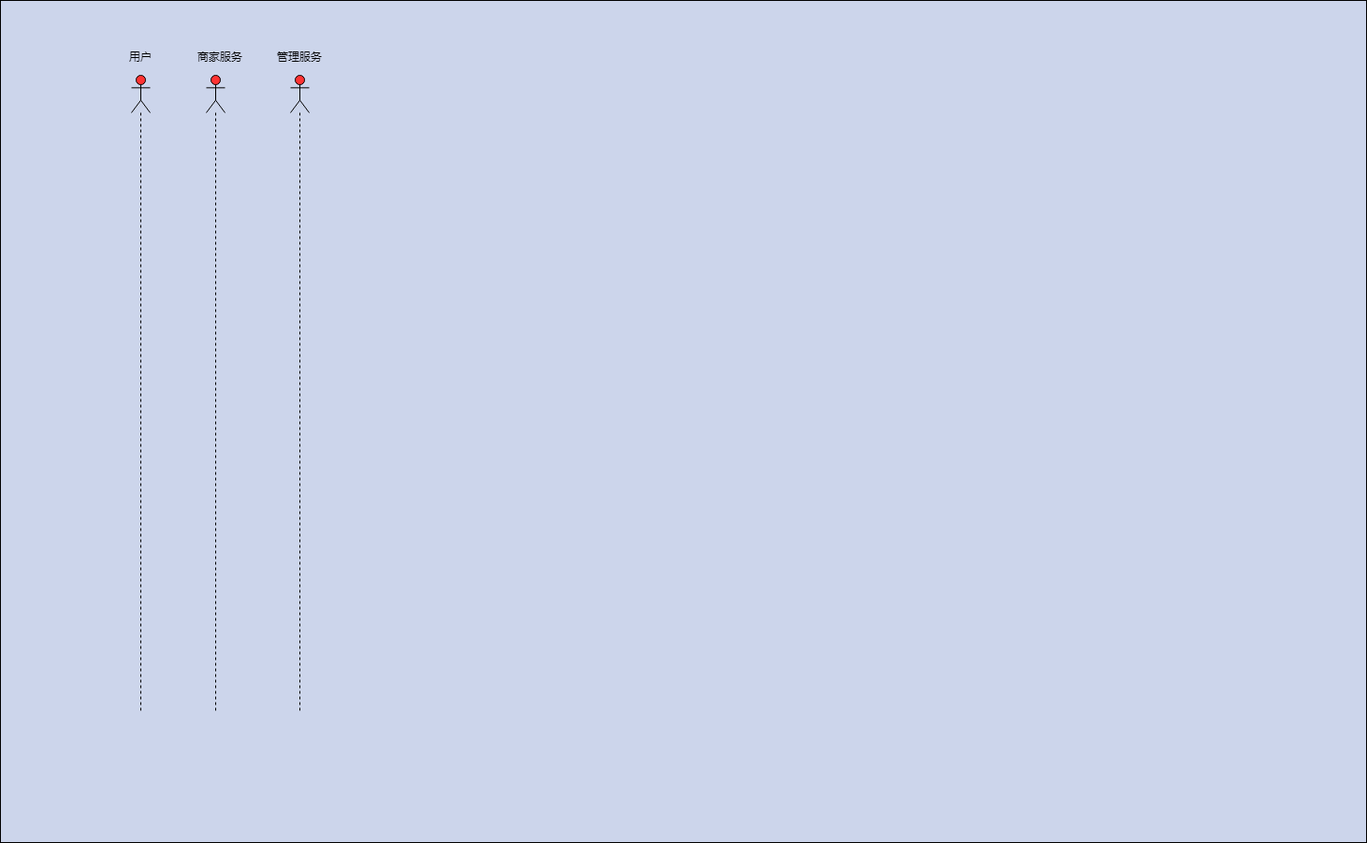
Above: Untitled Diagram.png in xiaozhubao/jg (draw.io), before the change. Source tidied: cells renumbered, new cells last; positions are measured from the earlier drawing's top-left corner, leaving out a move shared by most shapes.
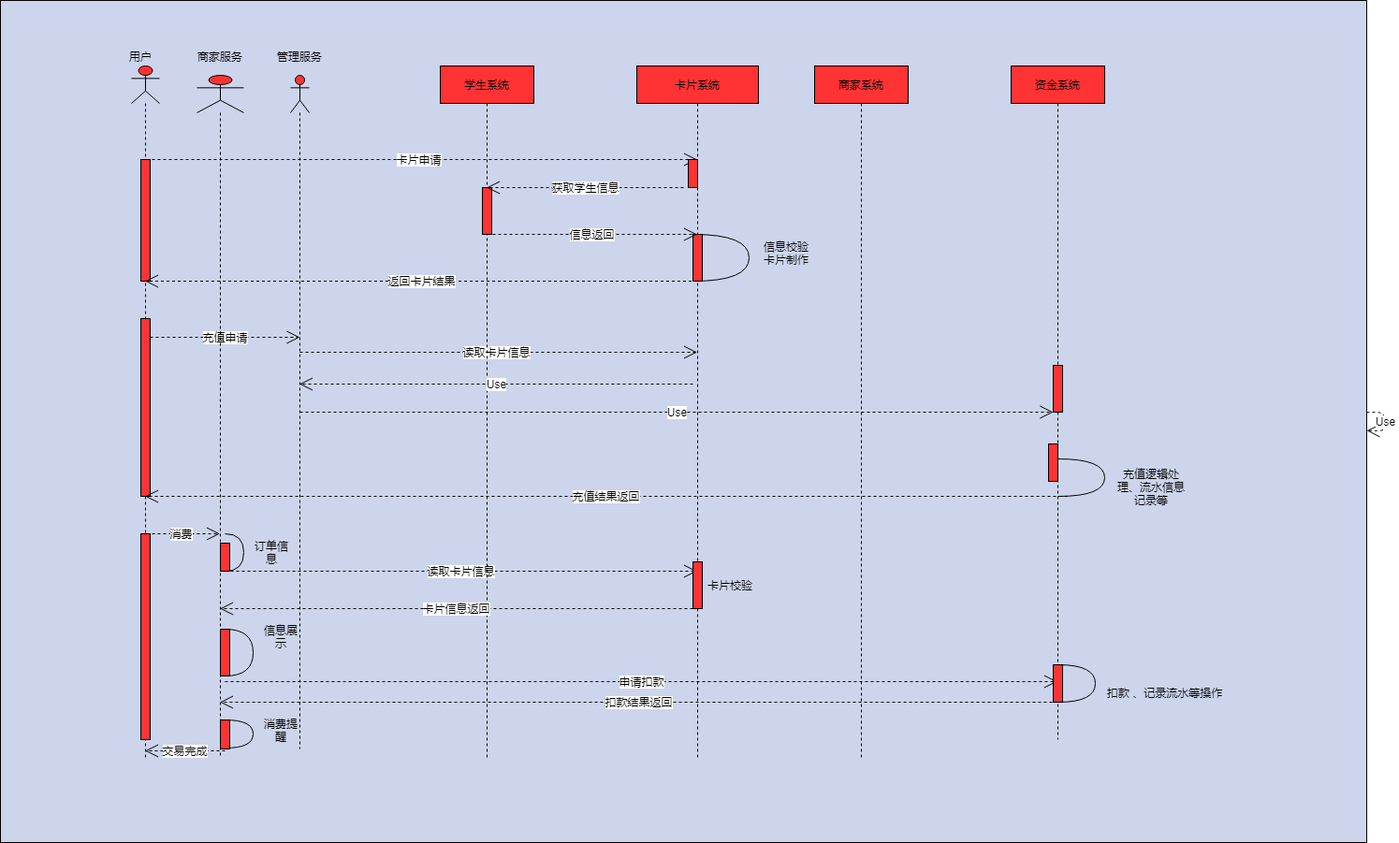
The same file after the commit.

The edit, as a diff of the source:
```diff
@@ -2,26 +2,207 @@
   <root>
     <mxCell id="0" />
     <mxCell id="1" parent="0" />
-    <mxCell id="2" style="fillColor=#CCD5EB;" parent="1" vertex="1">
+    <mxCell id="2" style="fillColor=#CCD5EB;rounded=0;" parent="1" vertex="1">
       <mxGeometry width="1460" height="900" as="geometry" />
     </mxCell>
     <mxCell id="3" style="shape=umlLifeline;participant=umlActor;perimeter=lifelinePerimeter;whiteSpace=wrap;html=1;verticalAlign=top;spacingTop=36;labelBackgroundColor=#ffffff;outlineConnect=0;fillColor=#FF3333;" parent="1" vertex="1">
-      <mxGeometry x="140" y="80" width="20" height="680" as="geometry" />
+      <mxGeometry x="140" y="70" width="30" height="740" as="geometry" />
     </mxCell>
+    <mxCell id="9" value="卡片申请" style="endArrow=open;endSize=12;dashed=1;html=1;" parent="3" edge="1" target="28">
+      <mxGeometry relative="1" as="geometry">
+        <mxPoint x="10" y="100" as="sourcePoint" />
+      </mxGeometry>
+    </mxCell>
+    <mxCell id="10" style="html=1;perimeter=orthogonalPerimeter;rounded=0;fillColor=#FF3333;" parent="3" vertex="1">
+      <mxGeometry x="10" y="100" width="10" height="130" as="geometry" />
+    </mxCell>
+    <mxCell id="11" style="html=1;perimeter=orthogonalPerimeter;rounded=0;fillColor=#FF3333;" parent="3" vertex="1">
+      <mxGeometry x="10" y="270" width="10" height="190" as="geometry" />
+    </mxCell>
+    <mxCell id="12" value="消费" style="endArrow=open;endSize=12;dashed=1;html=1;" parent="3" edge="1" target="5">
+      <mxGeometry x="0.26" y="-10" relative="1" as="geometry">
+        <mxPoint x="10" y="500" as="sourcePoint" />
+        <Array as="points">
+          <mxPoint x="60" y="500" />
+        </Array>
+        <mxPoint x="-10" y="-10" as="offset" />
+      </mxGeometry>
+    </mxCell>
+    <mxCell id="13" style="html=1;perimeter=orthogonalPerimeter;rounded=0;fillColor=#FF3333;" parent="3" vertex="1">
+      <mxGeometry x="10" y="500" width="10" height="220" as="geometry" />
+    </mxCell>
+    <mxCell id="14" value="充值申请" style="endArrow=open;endSize=12;dashed=1;html=1;" parent="3" edge="1">
+      <mxGeometry relative="1" as="geometry">
+        <mxPoint x="20" y="290" as="sourcePoint" />
+        <mxPoint x="180" y="290" as="targetPoint" />
+      </mxGeometry>
+    </mxCell>
     <mxCell id="4" value="用户" style="text;html=1;strokeColor=none;fillColor=none;align=center;verticalAlign=middle;whiteSpace=wrap;rounded=0;" parent="1" vertex="1">
       <mxGeometry x="130" y="50" width="40" height="20" as="geometry" />
     </mxCell>
     <mxCell id="5" style="shape=umlLifeline;participant=umlActor;perimeter=lifelinePerimeter;whiteSpace=wrap;html=1;verticalAlign=top;spacingTop=36;labelBackgroundColor=#ffffff;outlineConnect=0;fillColor=#FF3333;" parent="1" vertex="1">
-      <mxGeometry x="220" y="80" width="20" height="680" as="geometry" />
+      <mxGeometry x="210" y="80" width="50" height="730" as="geometry" />
     </mxCell>
+    <mxCell id="15" style="shape=requiredInterface;html=1;verticalLabelPosition=bottom;rounded=0;fillColor=#FF3333;" parent="5" vertex="1">
+      <mxGeometry x="30" y="490" width="20" height="40" as="geometry" />
+    </mxCell>
+    <mxCell id="16" value="读取卡片信息" style="endArrow=open;endSize=12;dashed=1;html=1;" parent="5" edge="1" target="28">
+      <mxGeometry relative="1" as="geometry">
+        <mxPoint x="30" y="530" as="sourcePoint" />
+      </mxGeometry>
+    </mxCell>
+    <mxCell id="17" style="shape=requiredInterface;html=1;verticalLabelPosition=bottom;rounded=0;fillColor=#FF3333;" parent="5" vertex="1">
+      <mxGeometry x="30" y="592" width="30" height="50" as="geometry" />
+    </mxCell>
+    <mxCell id="18" value="申请扣款" style="endArrow=open;endSize=12;dashed=1;html=1;" parent="5" edge="1">
+      <mxGeometry relative="1" as="geometry">
+        <mxPoint x="30" y="648" as="sourcePoint" />
+        <mxPoint x="919.5" y="648" as="targetPoint" />
+      </mxGeometry>
+    </mxCell>
+    <mxCell id="19" style="shape=requiredInterface;html=1;verticalLabelPosition=bottom;rounded=0;fillColor=#FF3333;" parent="5" vertex="1">
+      <mxGeometry x="30" y="689" width="30" height="30" as="geometry" />
+    </mxCell>
+    <mxCell id="20" value="交易完成" style="endArrow=open;endSize=12;dashed=1;html=1;" parent="5" edge="1">
+      <mxGeometry relative="1" as="geometry">
+        <mxPoint x="30" y="722" as="sourcePoint" />
+        <mxPoint x="-55.5" y="722" as="targetPoint" />
+      </mxGeometry>
+    </mxCell>
+    <mxCell id="21" style="html=1;perimeter=orthogonalPerimeter;rounded=0;fillColor=#FF3333;" parent="5" vertex="1">
+      <mxGeometry x="25" y="500" width="10" height="30" as="geometry" />
+    </mxCell>
+    <mxCell id="22" style="html=1;perimeter=orthogonalPerimeter;rounded=0;fillColor=#FF3333;" parent="5" vertex="1">
+      <mxGeometry x="25" y="592" width="10" height="50" as="geometry" />
+    </mxCell>
+    <mxCell id="23" style="html=1;perimeter=orthogonalPerimeter;rounded=0;fillColor=#FF3333;" parent="5" vertex="1">
+      <mxGeometry x="25" y="689" width="10" height="31" as="geometry" />
+    </mxCell>
     <mxCell id="6" style="shape=umlLifeline;participant=umlActor;perimeter=lifelinePerimeter;whiteSpace=wrap;html=1;verticalAlign=top;spacingTop=36;labelBackgroundColor=#ffffff;outlineConnect=0;fillColor=#FF3333;" parent="1" vertex="1">
-      <mxGeometry x="310" y="80" width="20" height="680" as="geometry" />
+      <mxGeometry x="310" y="80" width="20" height="720" as="geometry" />
     </mxCell>
+    <mxCell id="24" value="读取卡片信息" style="endArrow=open;endSize=12;dashed=1;html=1;" parent="6" edge="1">
+      <mxGeometry x="-0.01" relative="1" as="geometry">
+        <mxPoint x="10" y="296" as="sourcePoint" />
+        <mxPoint x="434.5" y="296" as="targetPoint" />
+      </mxGeometry>
+    </mxCell>
+    <mxCell id="25" value="Use" style="endArrow=open;endSize=12;dashed=1;html=1;" parent="6" edge="1" target="41">
+      <mxGeometry relative="1" as="geometry">
+        <mxPoint x="10" y="360" as="sourcePoint" />
+      </mxGeometry>
+    </mxCell>
     <mxCell id="7" value="商家服务" style="text;html=1;strokeColor=none;fillColor=none;align=center;verticalAlign=middle;whiteSpace=wrap;rounded=0;" parent="1" vertex="1">
       <mxGeometry x="210" y="50" width="50" height="20" as="geometry" />
     </mxCell>
     <mxCell id="8" value="管理服务" style="text;html=1;strokeColor=none;fillColor=none;align=center;verticalAlign=middle;whiteSpace=wrap;rounded=0;" parent="1" vertex="1">
       <mxGeometry x="295" y="50" width="50" height="20" as="geometry" />
     </mxCell>
+    <mxCell id="26" value="学生系统" style="shape=umlLifeline;perimeter=lifelinePerimeter;whiteSpace=wrap;html=1;outlineConnect=0;fillColor=#FF3333;" parent="1" vertex="1">
+      <mxGeometry x="470" y="70" width="100" height="740" as="geometry" />
+    </mxCell>
+    <mxCell id="27" style="html=1;perimeter=orthogonalPerimeter;fillColor=#FF3333;" parent="26" vertex="1">
+      <mxGeometry x="45" y="130" width="10" height="50" as="geometry" />
+    </mxCell>
+    <mxCell id="28" value="卡片系统" style="shape=umlLifeline;perimeter=lifelinePerimeter;whiteSpace=wrap;html=1;outlineConnect=0;fillColor=#FF3333;" parent="1" vertex="1">
+      <mxGeometry x="680" y="70" width="130" height="740" as="geometry" />
+    </mxCell>
+    <mxCell id="29" value="获取学生信息" style="endArrow=open;endSize=12;dashed=1;html=1;" parent="28" edge="1" target="26">
+      <mxGeometry relative="1" as="geometry">
+        <mxPoint x="50" y="130" as="sourcePoint" />
+        <Array as="points">
+          <mxPoint x="-70" y="130" />
+        </Array>
+      </mxGeometry>
+    </mxCell>
+    <mxCell id="30" style="html=1;perimeter=orthogonalPerimeter;fillColor=#FF3333;" parent="28" vertex="1">
+      <mxGeometry x="55" y="100" width="10" height="30" as="geometry" />
+    </mxCell>
+    <mxCell id="31" style="shape=requiredInterface;html=1;verticalLabelPosition=bottom;rounded=0;fillColor=#FF3333;" parent="28" vertex="1">
+      <mxGeometry x="60" y="180" width="60" height="50" as="geometry" />
+    </mxCell>
+    <mxCell id="32" style="html=1;perimeter=orthogonalPerimeter;rounded=0;fillColor=#FF3333;" parent="28" vertex="1">
+      <mxGeometry x="60" y="180" width="10" height="50" as="geometry" />
+    </mxCell>
+    <mxCell id="33" value="卡片信息返回" style="endArrow=open;endSize=12;dashed=1;html=1;" parent="28" edge="1" target="5">
+      <mxGeometry relative="1" as="geometry">
+        <mxPoint x="60" y="580" as="sourcePoint" />
+      </mxGeometry>
+    </mxCell>
+    <mxCell id="34" style="html=1;perimeter=orthogonalPerimeter;rounded=0;fillColor=#FF3333;" parent="28" vertex="1">
+      <mxGeometry x="60" y="530" width="10" height="50" as="geometry" />
+    </mxCell>
+    <mxCell id="35" value="卡片校验" style="text;html=1;strokeColor=none;fillColor=none;align=center;verticalAlign=middle;whiteSpace=wrap;rounded=0;" parent="28" vertex="1">
+      <mxGeometry x="70" y="550" width="60" height="10" as="geometry" />
+    </mxCell>
+    <mxCell id="36" value="Use" style="endArrow=open;endSize=12;dashed=1;html=1;" parent="28" edge="1" target="6">
+      <mxGeometry relative="1" as="geometry">
+        <mxPoint x="60" y="340" as="sourcePoint" />
+      </mxGeometry>
+    </mxCell>
+    <mxCell id="37" value="商家系统" style="shape=umlLifeline;perimeter=lifelinePerimeter;whiteSpace=wrap;html=1;fillColor=#FF3333;" parent="1" vertex="1">
+      <mxGeometry x="870" y="70" width="100" height="740" as="geometry" />
+    </mxCell>
+    <mxCell id="38" value="资金系统" style="shape=umlLifeline;perimeter=lifelinePerimeter;whiteSpace=wrap;html=1;fillColor=#FF3333;" parent="1" vertex="1">
+      <mxGeometry x="1080" y="70" width="100" height="720" as="geometry" />
+    </mxCell>
+    <mxCell id="39" style="shape=requiredInterface;html=1;verticalLabelPosition=bottom;rounded=0;fillColor=#FF3333;" parent="38" vertex="1">
+      <mxGeometry x="50" y="420" width="50" height="40" as="geometry" />
+    </mxCell>
+    <mxCell id="40" value="充值结果返回" style="endArrow=open;endSize=12;dashed=1;html=1;" parent="38" edge="1" target="3">
+      <mxGeometry relative="1" as="geometry">
+        <mxPoint x="60" y="460" as="sourcePoint" />
+      </mxGeometry>
+    </mxCell>
+    <mxCell id="41" style="html=1;points=[];perimeter=orthogonalPerimeter;rounded=0;fillColor=#FF3333;" parent="38" vertex="1">
+      <mxGeometry x="45" y="320" width="10" height="50" as="geometry" />
+    </mxCell>
+    <mxCell id="42" style="html=1;perimeter=orthogonalPerimeter;rounded=0;fillColor=#FF3333;" parent="38" vertex="1">
+      <mxGeometry x="40" y="404" width="10" height="40" as="geometry" />
+    </mxCell>
+    <mxCell id="43" style="shape=requiredInterface;html=1;verticalLabelPosition=bottom;rounded=0;fillColor=#FF3333;" parent="38" vertex="1">
+      <mxGeometry x="50" y="640" width="40" height="40" as="geometry" />
+    </mxCell>
+    <mxCell id="44" value="扣款结果返回" style="endArrow=open;endSize=12;dashed=1;html=1;" parent="38" edge="1" target="5">
+      <mxGeometry relative="1" as="geometry">
+        <mxPoint x="50" y="680" as="sourcePoint" />
+      </mxGeometry>
+    </mxCell>
+    <mxCell id="45" style="html=1;perimeter=orthogonalPerimeter;rounded=0;fillColor=#FF3333;" parent="38" vertex="1">
+      <mxGeometry x="45" y="640" width="10" height="40" as="geometry" />
+    </mxCell>
+    <mxCell id="46" value="信息返回" style="endArrow=open;endSize=12;dashed=1;html=1;" parent="1" edge="1" target="28">
+      <mxGeometry relative="1" as="geometry">
+        <mxPoint x="520" y="250" as="sourcePoint" />
+      </mxGeometry>
+    </mxCell>
+    <mxCell id="47" value="信息校验卡片制作" style="text;html=1;strokeColor=none;fillColor=none;align=center;verticalAlign=middle;whiteSpace=wrap;rounded=0;" parent="1" vertex="1">
+      <mxGeometry x="810" y="260" width="60" height="20" as="geometry" />
+    </mxCell>
+    <mxCell id="48" value="Use" style="endArrow=open;endSize=12;dashed=1;html=1;" parent="1" edge="1" source="2" target="2">
+      <mxGeometry relative="1" as="geometry" />
+    </mxCell>
+    <mxCell id="49" value="返回卡片结果" style="endArrow=open;endSize=12;dashed=1;html=1;" parent="1" edge="1" source="28" target="3">
+      <mxGeometry relative="1" as="geometry">
+        <Array as="points">
+          <mxPoint x="470" y="300" />
+        </Array>
+      </mxGeometry>
+    </mxCell>
+    <mxCell id="50" value="充值逻辑处理、流水信息记录等" style="text;html=1;strokeColor=none;fillColor=none;align=center;verticalAlign=middle;whiteSpace=wrap;rounded=0;" parent="1" vertex="1">
+      <mxGeometry x="1190" y="500" width="80" height="40" as="geometry" />
+    </mxCell>
+    <mxCell id="51" value="订单信息" style="text;html=1;strokeColor=none;fillColor=none;align=center;verticalAlign=middle;whiteSpace=wrap;rounded=0;" parent="1" vertex="1">
+      <mxGeometry x="270" y="580" width="40" height="20" as="geometry" />
+    </mxCell>
+    <mxCell id="52" value="信息展示" style="text;html=1;strokeColor=none;fillColor=none;align=center;verticalAlign=middle;whiteSpace=wrap;rounded=0;" parent="1" vertex="1">
+      <mxGeometry x="280" y="670" width="40" height="20" as="geometry" />
+    </mxCell>
+    <mxCell id="53" value="扣款 、记录流水等操作" style="text;html=1;strokeColor=none;fillColor=none;align=center;verticalAlign=middle;whiteSpace=wrap;rounded=0;" parent="1" vertex="1">
+      <mxGeometry x="1179" y="720" width="131" height="40" as="geometry" />
+    </mxCell>
+    <mxCell id="54" value="消费提醒" style="text;html=1;strokeColor=none;fillColor=none;align=center;verticalAlign=middle;whiteSpace=wrap;rounded=0;" parent="1" vertex="1">
+      <mxGeometry x="280" y="770" width="40" height="20" as="geometry" />
+    </mxCell>
   </root>
 </mxGraphModel>
```
